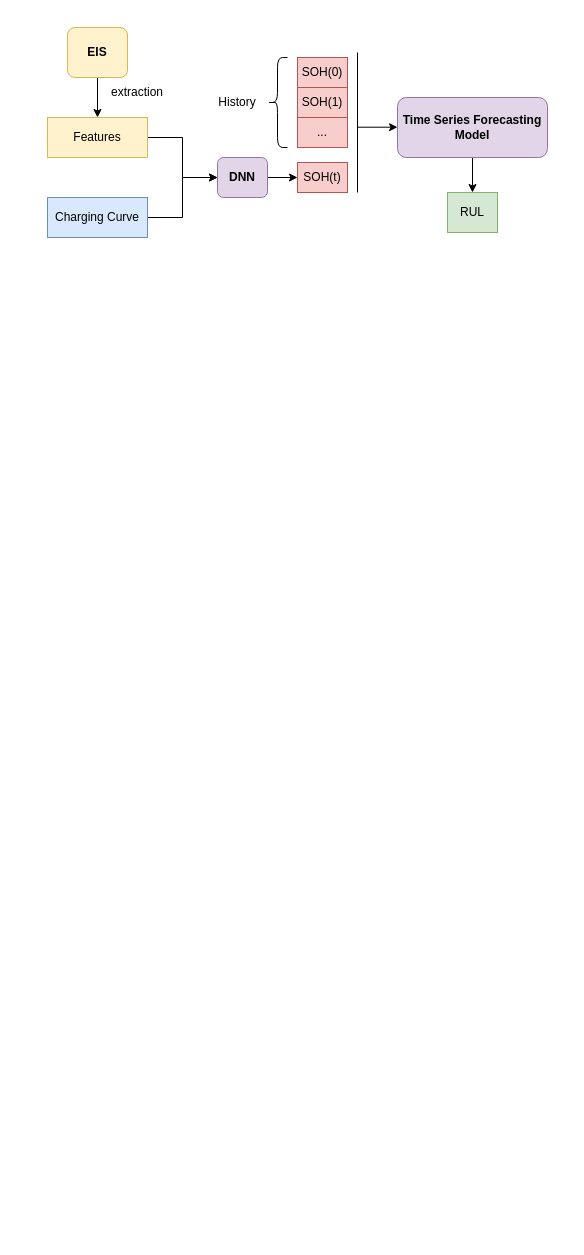
Before: material/img_src/model.drawio in HaoyuWang141/SUSTech-Battery, a draw.io diagram. Source tidied: cells renumbered, new cells numbered last; positions are measured from the earlier drawing's top-left corner, leaving out a move shared by most shapes. Both pictures are drawn from the tidied source at 100%, with x=0, y=0 at pixel (17, 17).
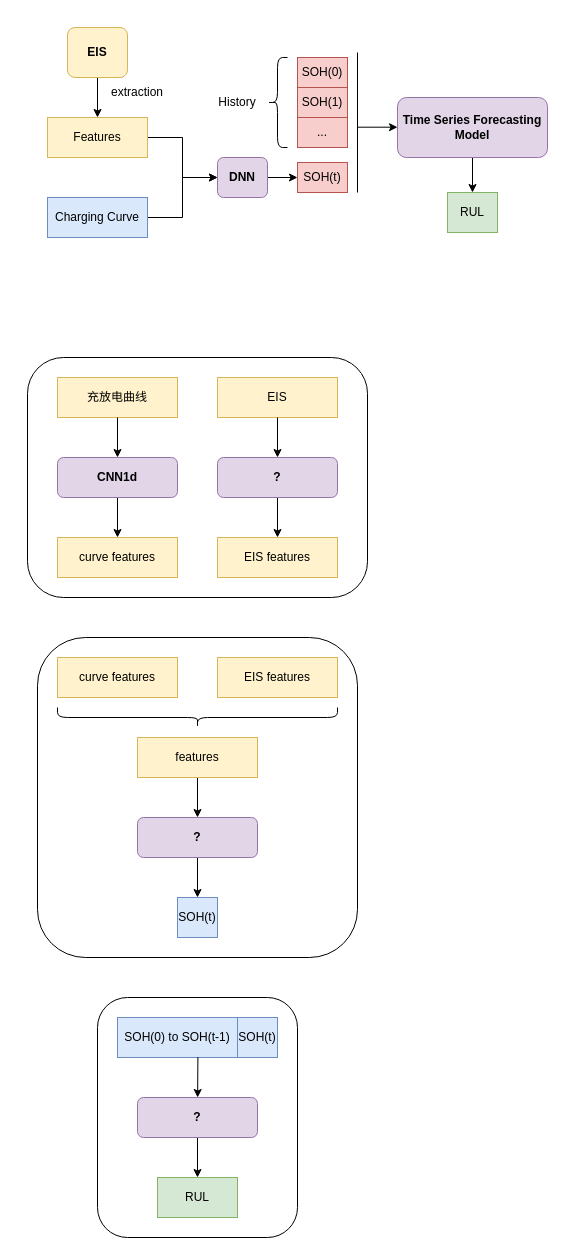
Above is the later version.

Change to the diagram source:
```diff
@@
+    <mxCell id="23" style="rounded=1;whiteSpace=wrap;html=1;" parent="1" vertex="1">
+      <mxGeometry x="20" y="620" width="320" height="320" as="geometry" />
+    </mxCell>
+    <mxCell id="24" style="rounded=1;whiteSpace=wrap;html=1;" parent="1" vertex="1">
+      <mxGeometry x="80" y="980" width="200" height="240" as="geometry" />
+    </mxCell>
+    <mxCell id="25" style="rounded=1;whiteSpace=wrap;html=1;" parent="1" vertex="1">
+      <mxGeometry x="10" y="340" width="340" height="240" as="geometry" />
+    </mxCell>
@@
+    <mxCell id="26" value="充放电曲线" style="rounded=0;whiteSpace=wrap;html=1;fillColor=#fff2cc;strokeColor=#d6b656;" parent="1" vertex="1">
+      <mxGeometry x="40" y="360" width="120" height="40" as="geometry" />
+    </mxCell>
+    <mxCell id="27" style="edgeStyle=orthogonalEdgeStyle;rounded=0;jettySize=auto;html=1;" parent="1" edge="1" source="26" target="29">
+      <mxGeometry relative="1" as="geometry">
+        <Array as="points">
+          <mxPoint x="90" y="470" />
+          <mxPoint x="90" y="470" />
+        </Array>
+      </mxGeometry>
+    </mxCell>
+    <mxCell id="28" style="edgeStyle=orthogonalEdgeStyle;rounded=0;jettySize=auto;html=1;" parent="1" edge="1" source="29" target="30">
+      <mxGeometry relative="1" as="geometry" />
+    </mxCell>
+    <mxCell id="29" value="&lt;b&gt;CNN1d&lt;/b&gt;" style="rounded=1;whiteSpace=wrap;html=1;fillColor=#e1d5e7;strokeColor=#9673a6;" parent="1" vertex="1">
+      <mxGeometry x="40" y="440" width="120" height="40" as="geometry" />
+    </mxCell>
+    <mxCell id="30" value="curve features" style="rounded=0;whiteSpace=wrap;html=1;fillColor=#fff2cc;strokeColor=#d6b656;" parent="1" vertex="1">
+      <mxGeometry x="40" y="520" width="120" height="40" as="geometry" />
+    </mxCell>
+    <mxCell id="31" value="EIS" style="rounded=0;whiteSpace=wrap;html=1;fillColor=#fff2cc;strokeColor=#d6b656;" parent="1" vertex="1">
+      <mxGeometry x="200" y="360" width="120" height="40" as="geometry" />
+    </mxCell>
+    <mxCell id="32" style="edgeStyle=orthogonalEdgeStyle;rounded=0;jettySize=auto;html=1;" parent="1" edge="1" source="31" target="34">
+      <mxGeometry relative="1" as="geometry">
+        <Array as="points">
+          <mxPoint x="250" y="470" />
+          <mxPoint x="250" y="470" />
+        </Array>
+      </mxGeometry>
+    </mxCell>
+    <mxCell id="33" style="edgeStyle=orthogonalEdgeStyle;rounded=0;jettySize=auto;html=1;" parent="1" edge="1" source="34" target="35">
+      <mxGeometry relative="1" as="geometry" />
+    </mxCell>
+    <mxCell id="34" value="&lt;b&gt;?&lt;/b&gt;" style="rounded=1;whiteSpace=wrap;html=1;fillColor=#e1d5e7;strokeColor=#9673a6;" parent="1" vertex="1">
+      <mxGeometry x="200" y="440" width="120" height="40" as="geometry" />
+    </mxCell>
+    <mxCell id="35" value="EIS features" style="rounded=0;whiteSpace=wrap;html=1;fillColor=#fff2cc;strokeColor=#d6b656;" parent="1" vertex="1">
+      <mxGeometry x="200" y="520" width="120" height="40" as="geometry" />
+    </mxCell>
+    <mxCell id="36" value="SOH(t)" style="rounded=0;whiteSpace=wrap;html=1;fillColor=#dae8fc;strokeColor=#6c8ebf;" parent="1" vertex="1">
+      <mxGeometry x="220" y="1000" width="40" height="40" as="geometry" />
+    </mxCell>
+    <mxCell id="37" value="SOH(0) to SOH(t-1)" style="rounded=0;whiteSpace=wrap;html=1;fillColor=#dae8fc;strokeColor=#6c8ebf;" parent="1" vertex="1">
+      <mxGeometry x="100" y="1000" width="120" height="40" as="geometry" />
+    </mxCell>
+    <mxCell id="38" style="endArrow=classic;html=1;rounded=0;exitX=0.67;exitY=0.989;exitDx=0;exitDy=0;exitPerimeter=0;" parent="1" edge="1" source="37" target="40">
+      <mxGeometry relative="1" as="geometry" />
+    </mxCell>
+    <mxCell id="39" style="edgeStyle=orthogonalEdgeStyle;rounded=0;jettySize=auto;html=1;" parent="1" edge="1" source="40" target="41">
+      <mxGeometry relative="1" as="geometry" />
+    </mxCell>
+    <mxCell id="40" value="&lt;b&gt;?&lt;/b&gt;" style="rounded=1;whiteSpace=wrap;html=1;fillColor=#e1d5e7;strokeColor=#9673a6;" parent="1" vertex="1">
+      <mxGeometry x="120" y="1080" width="120" height="40" as="geometry" />
+    </mxCell>
+    <mxCell id="41" value="RUL" style="rounded=0;whiteSpace=wrap;html=1;fillColor=#d5e8d4;strokeColor=#82b366;" parent="1" vertex="1">
+      <mxGeometry x="140" y="1160" width="80" height="40" as="geometry" />
+    </mxCell>
+    <mxCell id="42" value="curve features" style="rounded=0;whiteSpace=wrap;html=1;fillColor=#fff2cc;strokeColor=#d6b656;" parent="1" vertex="1">
+      <mxGeometry x="40" y="640" width="120" height="40" as="geometry" />
+    </mxCell>
+    <mxCell id="43" value="EIS features" style="rounded=0;whiteSpace=wrap;html=1;fillColor=#fff2cc;strokeColor=#d6b656;" parent="1" vertex="1">
+      <mxGeometry x="200" y="640" width="120" height="40" as="geometry" />
+    </mxCell>
+    <mxCell id="44" style="shape=curlyBracket;whiteSpace=wrap;html=1;rounded=1;flipH=1;labelPosition=right;verticalLabelPosition=middle;align=left;verticalAlign=middle;rotation=90;" parent="1" vertex="1">
+      <mxGeometry x="170" y="560" width="20" height="280" as="geometry" />
+    </mxCell>
+    <mxCell id="45" style="edgeStyle=orthogonalEdgeStyle;rounded=0;jettySize=auto;html=1;" parent="1" edge="1" source="46" target="48">
+      <mxGeometry relative="1" as="geometry" />
+    </mxCell>
+    <mxCell id="46" value="features" style="rounded=0;whiteSpace=wrap;html=1;fillColor=#fff2cc;strokeColor=#d6b656;" parent="1" vertex="1">
+      <mxGeometry x="120" y="720" width="120" height="40" as="geometry" />
+    </mxCell>
+    <mxCell id="47" style="edgeStyle=orthogonalEdgeStyle;rounded=0;jettySize=auto;html=1;" parent="1" edge="1" source="48" target="49">
+      <mxGeometry relative="1" as="geometry" />
+    </mxCell>
+    <mxCell id="48" value="&lt;b&gt;?&lt;/b&gt;" style="rounded=1;whiteSpace=wrap;html=1;fillColor=#e1d5e7;strokeColor=#9673a6;" parent="1" vertex="1">
+      <mxGeometry x="120" y="800" width="120" height="40" as="geometry" />
+    </mxCell>
+    <mxCell id="49" value="SOH(t)" style="rounded=0;whiteSpace=wrap;html=1;fillColor=#dae8fc;strokeColor=#6c8ebf;" parent="1" vertex="1">
+      <mxGeometry x="160" y="880" width="40" height="40" as="geometry" />
+    </mxCell>
```
